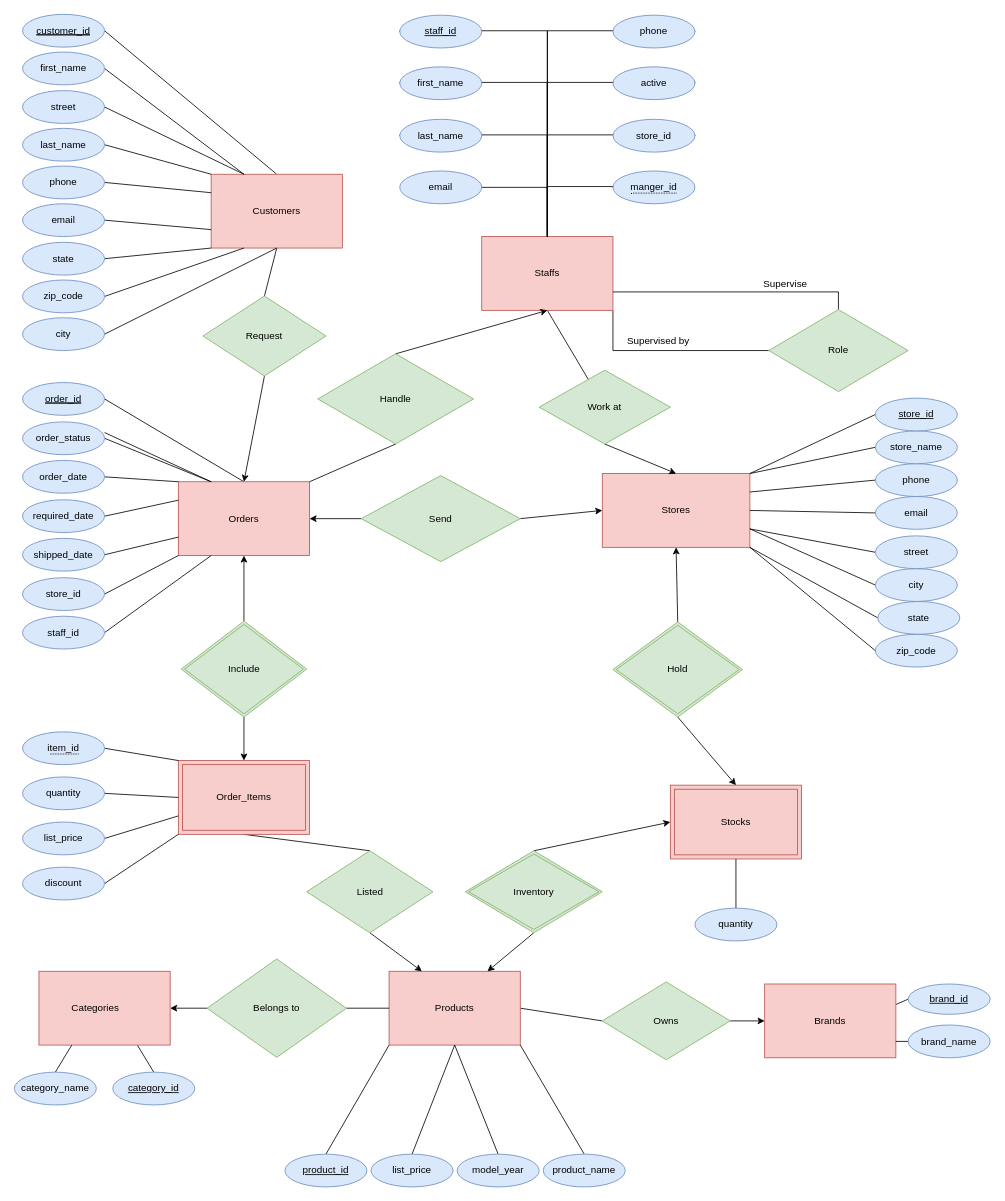
The draw.io diagram Bike_Store_Relational_Database_SQL/src/ER_diagram.drawio in leedh7878/DanielLee_Project_Portfolio, before the edit. Source tidied: cells renumbered, new cells numbered last; positions are measured from the earlier drawing's top-left corner, leaving out a move shared by most shapes. Both pictures are drawn from the tidied source at 82%, with x=0, y=0 at pixel (14, 14).
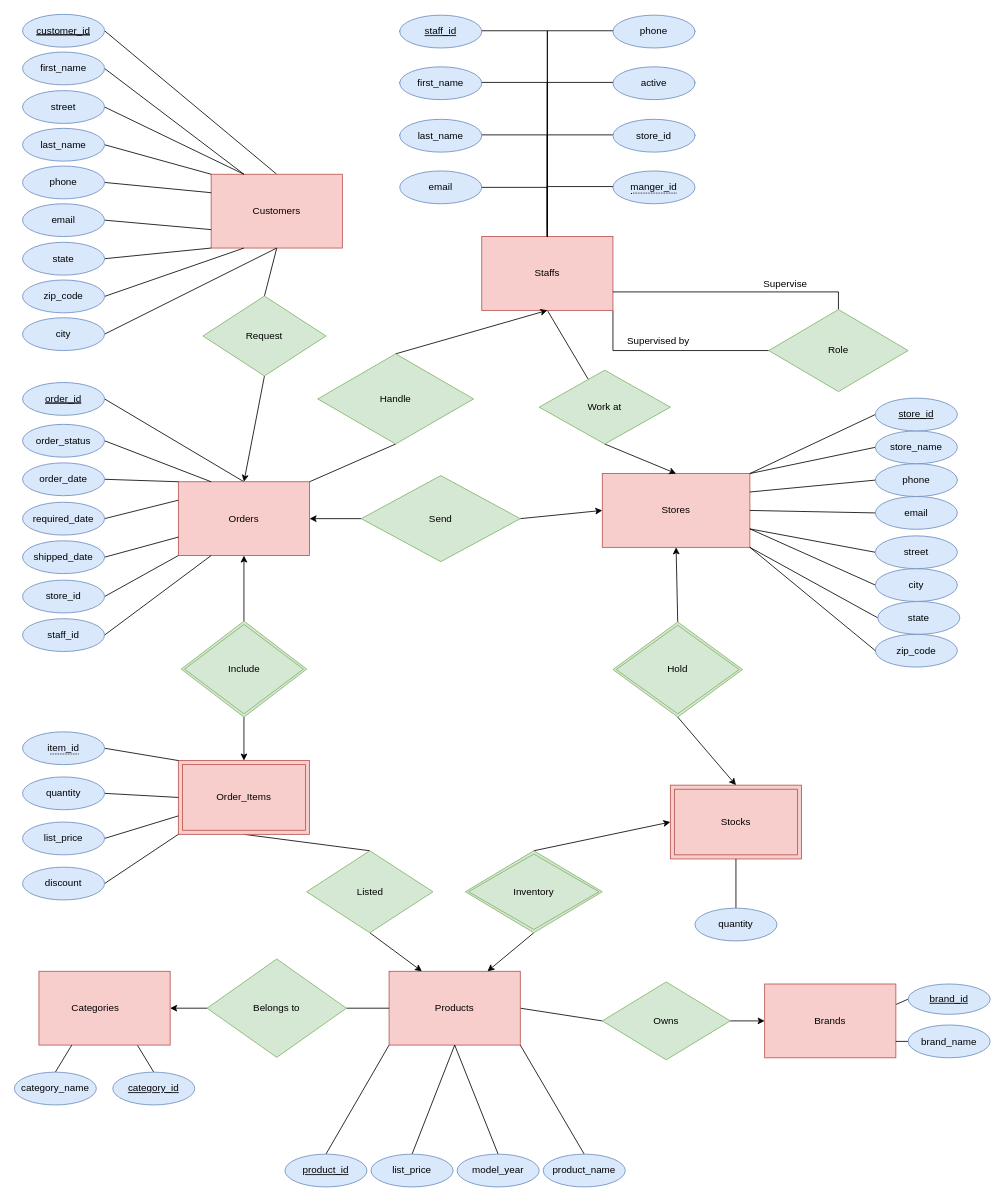
After the change.

The change refers to these unchanged cells:
```xml
<mxCell id="22" value="Orders" style="margin=3;double=1;whiteSpace=wrap;html=1;align=center;fillColor=#f8cecc;strokeColor=#b85450;glass=0;rounded=0;absoluteArcSize=0;fillStyle=solid;" parent="1" vertex="1">
  <mxGeometry x="200" y="570" width="160" height="90" as="geometry" />
</mxCell>
```

The edit, as a diff of the source:
```diff
@@
     <mxCell id="24" value="staff_id" style="ellipse;whiteSpace=wrap;html=1;align=center;fillColor=#dae8fc;strokeColor=#6c8ebf;" parent="1" vertex="1">
-      <mxGeometry x="10" y="734" width="100" height="40" as="geometry" />
+      <mxGeometry x="10" y="737" width="100" height="40" as="geometry" />
     </mxCell>
@@
     <mxCell id="26" value="store_id" style="ellipse;whiteSpace=wrap;html=1;align=center;fillColor=#dae8fc;strokeColor=#6c8ebf;" parent="1" vertex="1">
-      <mxGeometry x="10" y="687" width="100" height="40" as="geometry" />
+      <mxGeometry x="10" y="690" width="100" height="40" as="geometry" />
     </mxCell>
@@
     <mxCell id="28" value="order_status" style="ellipse;whiteSpace=wrap;html=1;align=center;fillColor=#dae8fc;strokeColor=#6c8ebf;" parent="1" vertex="1">
-      <mxGeometry x="10" y="497" width="100" height="40" as="geometry" />
+      <mxGeometry x="10" y="500" width="100" height="40" as="geometry" />
     </mxCell>
@@
     <mxCell id="30" value="shipped_date" style="ellipse;whiteSpace=wrap;html=1;align=center;fillColor=#dae8fc;strokeColor=#6c8ebf;" parent="1" vertex="1">
-      <mxGeometry x="10" y="639" width="100" height="40" as="geometry" />
+      <mxGeometry x="10" y="642" width="100" height="40" as="geometry" />
     </mxCell>
@@
     <mxCell id="32" value="required_date" style="ellipse;whiteSpace=wrap;html=1;align=center;fillColor=#dae8fc;strokeColor=#6c8ebf;" parent="1" vertex="1">
-      <mxGeometry x="10" y="592" width="100" height="40" as="geometry" />
+      <mxGeometry x="10" y="595" width="100" height="40" as="geometry" />
     </mxCell>
@@
     <mxCell id="34" value="order_date" style="ellipse;whiteSpace=wrap;html=1;align=center;fillColor=#dae8fc;strokeColor=#6c8ebf;" parent="1" vertex="1">
-      <mxGeometry x="10" y="544" width="100" height="40" as="geometry" />
+      <mxGeometry x="10" y="547" width="100" height="40" as="geometry" />
     </mxCell>
-    <mxCell id="35" style="rounded=0;jettySize=auto;html=1;exitX=1;exitY=0.5;exitDx=0;exitDy=0;entryX=0.25;entryY=0;entryDx=0;entryDy=0;endArrow=none;endFill=0;" parent="1" edge="1" target="22">
-      <mxGeometry relative="1" as="geometry">
-        <mxPoint x="110" y="510" as="sourcePoint" />
-      </mxGeometry>
-    </mxCell>
```
